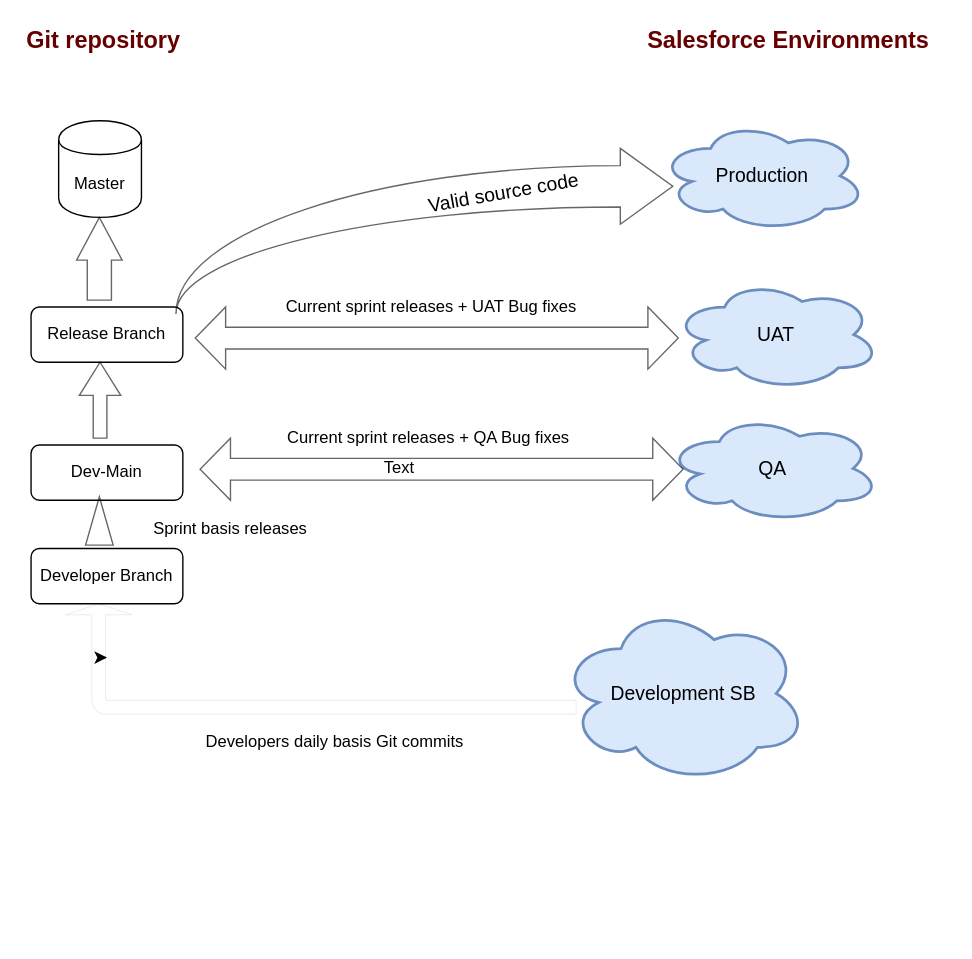
Before: config/PLM.drawio in RatnaKumarMukiri/WILEY-PLM, a draw.io diagram. Source tidied: cells renumbered, new cells numbered last; positions are measured from the earlier drawing's top-left corner, leaving out a move shared by most shapes. Both pictures are drawn from the tidied source at 138%, with x=0, y=0 at pixel (23, 23).
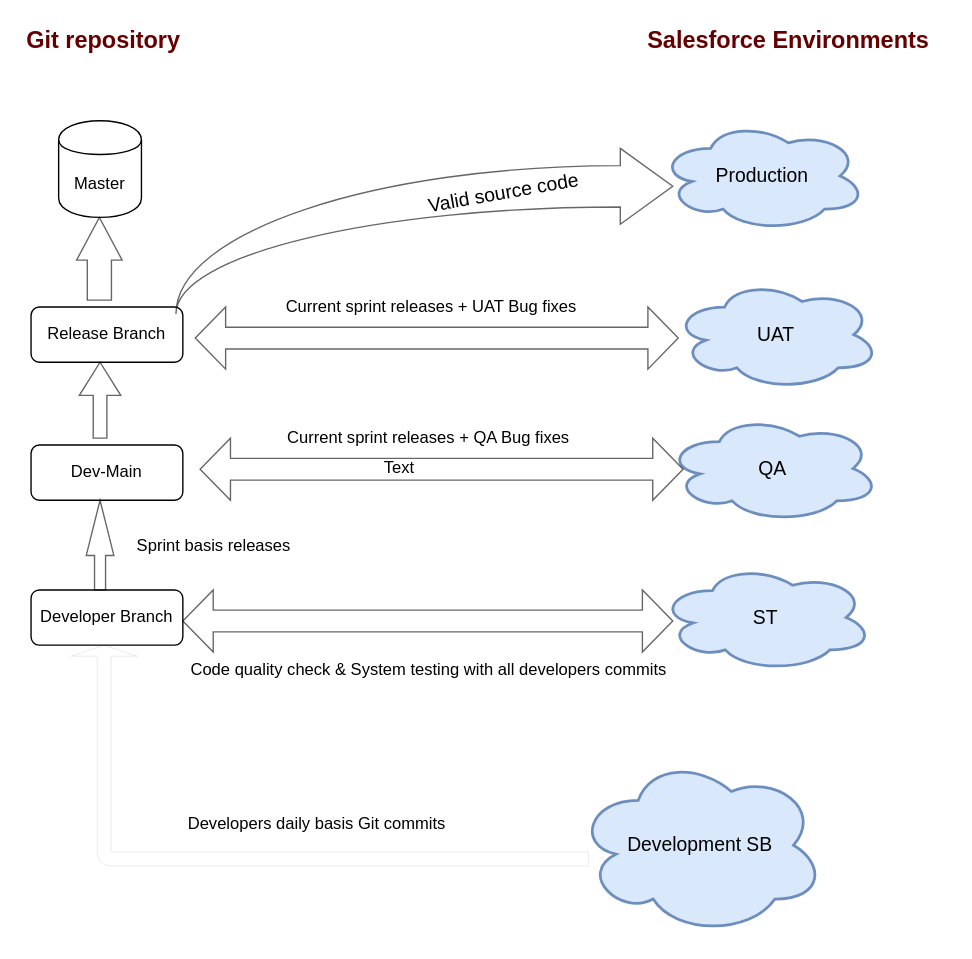
After the change.

Change to the diagram source:
```diff
@@
     <mxCell id="4" value="Developer Branch" style="rounded=1;whiteSpace=wrap;html=1;" parent="1" vertex="1">
-      <mxGeometry x="5" y="380" width="110" height="40" as="geometry" />
+      <mxGeometry x="5" y="410" width="110" height="40" as="geometry" />
     </mxCell>
@@
     <mxCell id="10" value="Development SB" style="ellipse;shape=cloud;strokeWidth=2;fontSize=14;whiteSpace=wrap;html=1;align=center;fillColor=#dae8fc;strokeColor=#6c8ebf;" parent="1" vertex="1">
-      <mxGeometry x="387.5" y="420" width="180" height="130" as="geometry" />
+      <mxGeometry x="400" y="530" width="180" height="130" as="geometry" />
     </mxCell>
@@
-    <mxCell id="12" style="edgeStyle=orthogonalEdgeStyle;rounded=0;jettySize=auto;html=1;exitX=0;exitY=0;exitDx=41;exitDy=29;exitPerimeter=0;" parent="1" edge="1" source="13">
-      <mxGeometry relative="1" as="geometry">
-        <mxPoint x="60" y="459" as="targetPoint" />
-      </mxGeometry>
-    </mxCell>
     <mxCell id="13" style="html=1;shadow=0;dashed=1;align=center;verticalAlign=middle;shape=mxgraph.arrows2.bendArrow;dy=5;dx=8;notch=0;arrowHead=48;rounded=1;direction=north;opacity=60;strokeWidth=0;fillColor=none;" parent="1" vertex="1">
-      <mxGeometry x="30" y="420" width="370" height="80" as="geometry" />
+      <mxGeometry x="34" y="450" width="375" height="160" as="geometry" />
     </mxCell>
     <mxCell id="14" value="Developers daily basis Git commits&amp;nbsp;" style="text;html=1;align=left;verticalAlign=top;spacingTop=-4;" parent="1" vertex="1">
-      <mxGeometry x="130" y="510" width="210" height="20" as="geometry" />
+      <mxGeometry x="117" y="570" width="210" height="20" as="geometry" />
     </mxCell>
     <mxCell id="15" style="html=1;shadow=0;dashed=0;align=center;verticalAlign=middle;shape=mxgraph.arrows2.arrow;dy=0.6;dx=40;direction=north;notch=0;rounded=0;strokeWidth=1;fillColor=none;opacity=60;" parent="1" vertex="1">
-      <mxGeometry x="44.5" y="342.5" width="20" height="35" as="geometry" />
+      <mxGeometry x="45" y="345" width="20" height="65" as="geometry" />
     </mxCell>
     <mxCell id="16" value="Sprint basis releases" style="text;html=1;align=left;verticalAlign=top;spacingTop=-4;" parent="1" vertex="1">
-      <mxGeometry x="92" y="356" width="130" height="20" as="geometry" />
+      <mxGeometry x="80" y="367.5" width="130" height="20" as="geometry" />
     </mxCell>
@@
+    <mxCell id="26" value="ST" style="ellipse;shape=cloud;strokeWidth=2;fontSize=14;whiteSpace=wrap;html=1;align=center;fillColor=#dae8fc;strokeColor=#6c8ebf;" parent="1" vertex="1">
+      <mxGeometry x="460" y="391" width="155" height="78" as="geometry" />
+    </mxCell>
+    <mxCell id="27" style="html=1;shadow=0;dashed=0;align=center;verticalAlign=middle;shape=mxgraph.arrows2.twoWayArrow;dy=0.65;dx=22;rounded=0;strokeWidth=1;fillColor=none;opacity=60;" parent="1" vertex="1">
+      <mxGeometry x="115" y="410" width="355" height="45" as="geometry" />
+    </mxCell>
+    <mxCell id="28" value="Code quality check &amp;amp; System testing with all developers commits" style="text;html=1;align=left;verticalAlign=top;spacingTop=-4;" parent="1" vertex="1">
+      <mxGeometry x="119" y="458" width="360" height="20" as="geometry" />
+    </mxCell>
```
